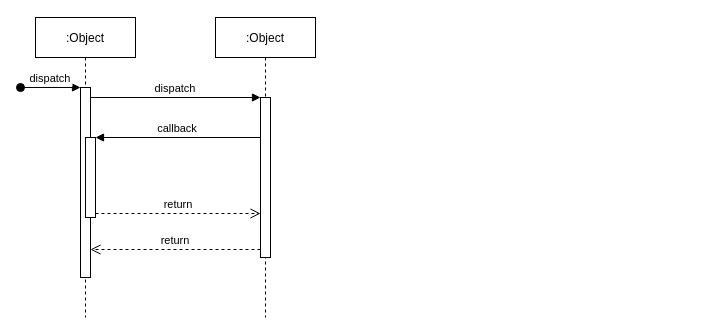
Earlier version of the draw.io diagram Untitled Diagram.drawio (huangchengbuhuang/demo). Source tidied: cells renumbered, new cells numbered last; positions are measured from the earlier drawing's top-left corner, leaving out a move shared by most shapes. Both pictures are drawn from the tidied source at 100%, with x=0, y=0 at pixel (20, 17).
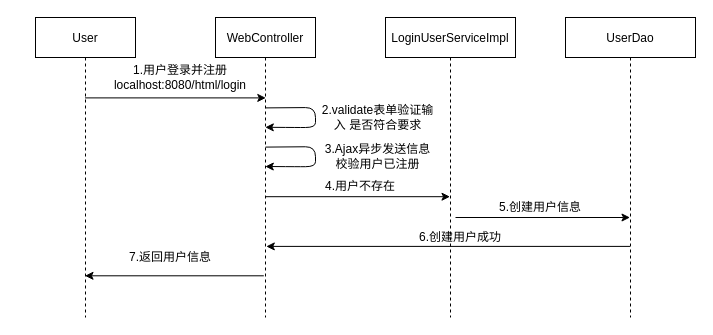
The same diagram, later.

The edit, as a diff of the source:
```diff
@@
-    <mxCell id="2" value=":Object" style="shape=umlLifeline;perimeter=lifelinePerimeter;rounded=0;shadow=0;strokeWidth=1;" parent="1" vertex="1">
+    <mxCell id="2" value="User" style="shape=umlLifeline;perimeter=lifelinePerimeter;rounded=0;shadow=0;strokeWidth=1;" parent="1" vertex="1">
       <mxGeometry x="15" width="100" height="300" as="geometry" />
     </mxCell>
-    <mxCell id="3" style="points=[];perimeter=orthogonalPerimeter;rounded=0;shadow=0;strokeWidth=1;" parent="2" vertex="1">
-      <mxGeometry x="45" y="70" width="10" height="190" as="geometry" />
-    </mxCell>
-    <mxCell id="4" value="dispatch" style="verticalAlign=bottom;startArrow=oval;endArrow=block;startSize=8;shadow=0;strokeWidth=1;" parent="2" edge="1" target="3">
-      <mxGeometry relative="1" as="geometry">
-        <mxPoint x="-15" y="70" as="sourcePoint" />
-      </mxGeometry>
-    </mxCell>
-    <mxCell id="5" style="points=[];perimeter=orthogonalPerimeter;rounded=0;shadow=0;strokeWidth=1;" parent="2" vertex="1">
-      <mxGeometry x="50" y="120" width="10" height="80" as="geometry" />
-    </mxCell>
-    <mxCell id="6" value=":Object" style="shape=umlLifeline;perimeter=lifelinePerimeter;rounded=0;shadow=0;strokeWidth=1;" parent="1" vertex="1">
+    <mxCell id="6" value="WebController" style="shape=umlLifeline;perimeter=lifelinePerimeter;rounded=0;shadow=0;strokeWidth=1;" parent="1" vertex="1">
       <mxGeometry x="195" width="100" height="300" as="geometry" />
     </mxCell>
-    <mxCell id="7" style="points=[];perimeter=orthogonalPerimeter;rounded=0;shadow=0;strokeWidth=1;" parent="6" vertex="1">
-      <mxGeometry x="45" y="80" width="10" height="160" as="geometry" />
-    </mxCell>
-    <mxCell id="8" value="return" style="verticalAlign=bottom;endArrow=open;dashed=1;endSize=8;exitX=0;exitY=0.95;shadow=0;strokeWidth=1;" parent="1" edge="1" source="7" target="3">
-      <mxGeometry relative="1" as="geometry" />
-    </mxCell>
-    <mxCell id="9" value="dispatch" style="verticalAlign=bottom;endArrow=block;entryX=0;entryY=0;shadow=0;strokeWidth=1;" parent="1" edge="1" source="3" target="7">
-      <mxGeometry relative="1" as="geometry" />
-    </mxCell>
-    <mxCell id="10" value="callback" style="verticalAlign=bottom;endArrow=block;entryX=1;entryY=0;shadow=0;strokeWidth=1;" parent="1" edge="1" source="7" target="5">
-      <mxGeometry relative="1" as="geometry" />
-    </mxCell>
-    <mxCell id="11" value="return" style="verticalAlign=bottom;endArrow=open;dashed=1;endSize=8;exitX=1;exitY=0.95;shadow=0;strokeWidth=1;" parent="1" edge="1" source="5" target="7">
-      <mxGeometry relative="1" as="geometry" />
-    </mxCell>
+    <mxCell id="12" value="LoginUserServiceImpl" style="shape=umlLifeline;perimeter=lifelinePerimeter;rounded=0;shadow=0;strokeWidth=1;" parent="1" vertex="1">
+      <mxGeometry x="365" width="130" height="300" as="geometry" />
+    </mxCell>
+    <mxCell id="13" style="endArrow=classic;html=1;" parent="12" edge="1" target="14">
+      <mxGeometry relative="1" as="geometry">
+        <mxPoint x="70" y="200" as="sourcePoint" />
+      </mxGeometry>
+    </mxCell>
+    <mxCell id="14" value="UserDao" style="shape=umlLifeline;perimeter=lifelinePerimeter;rounded=0;shadow=0;strokeWidth=1;" parent="1" vertex="1">
+      <mxGeometry x="545" width="130" height="300" as="geometry" />
+    </mxCell>
+    <mxCell id="15" style="endArrow=classic;html=1;entryX=0.503;entryY=0.268;entryDx=0;entryDy=0;entryPerimeter=0;" parent="1" edge="1" source="2" target="6">
+      <mxGeometry relative="1" as="geometry" />
+    </mxCell>
+    <mxCell id="16" style="endArrow=classic;html=1;" parent="1" edge="1">
+      <mxGeometry relative="1" as="geometry">
+        <mxPoint x="244.7" y="179.2" as="sourcePoint" />
+        <mxPoint x="429.5" y="179.2" as="targetPoint" />
+      </mxGeometry>
+    </mxCell>
+    <mxCell id="17" value="&lt;div&gt;1.用户登录并注册&lt;/div&gt;&lt;div&gt;localhost:8080/html/login&lt;br&gt;&lt;/div&gt;" style="text;html=1;strokeColor=none;fillColor=none;align=center;verticalAlign=middle;whiteSpace=wrap;rounded=0;" parent="1" vertex="1">
+      <mxGeometry x="85" y="50" width="150" height="20" as="geometry" />
+    </mxCell>
+    <mxCell id="18" value="3.Ajax异步发送信息校验用户已注册" style="text;html=1;strokeColor=none;fillColor=none;align=center;verticalAlign=middle;whiteSpace=wrap;rounded=0;" parent="1" vertex="1">
+      <mxGeometry x="300" y="129.2" width="115" height="20" as="geometry" />
+    </mxCell>
+    <mxCell id="19" value="4.用户不存在" style="text;html=1;strokeColor=none;fillColor=none;align=center;verticalAlign=middle;whiteSpace=wrap;rounded=0;" parent="1" vertex="1">
+      <mxGeometry x="285" y="159.2" width="110" height="20" as="geometry" />
+    </mxCell>
+    <mxCell id="20" value="5.创建用户信息" style="text;html=1;strokeColor=none;fillColor=none;align=center;verticalAlign=middle;whiteSpace=wrap;rounded=0;" parent="1" vertex="1">
+      <mxGeometry x="465" y="180" width="110" height="20" as="geometry" />
+    </mxCell>
+    <mxCell id="21" style="endArrow=classic;html=1;entryX=0.508;entryY=0.763;entryDx=0;entryDy=0;entryPerimeter=0;" parent="1" edge="1" source="14" target="6">
+      <mxGeometry relative="1" as="geometry" />
+    </mxCell>
+    <mxCell id="22" value="6.创建用户成功" style="text;html=1;strokeColor=none;fillColor=none;align=center;verticalAlign=middle;whiteSpace=wrap;rounded=0;" parent="1" vertex="1">
+      <mxGeometry x="395" y="210" width="90" height="20" as="geometry" />
+    </mxCell>
+    <mxCell id="23" style="endArrow=classic;html=1;exitX=0.483;exitY=0.861;exitDx=0;exitDy=0;exitPerimeter=0;" parent="1" edge="1" source="6" target="2">
+      <mxGeometry relative="1" as="geometry" />
+    </mxCell>
+    <mxCell id="24" value="7.返回用户信息" style="text;html=1;strokeColor=none;fillColor=none;align=center;verticalAlign=middle;whiteSpace=wrap;rounded=0;" parent="1" vertex="1">
+      <mxGeometry x="105" y="230" width="90" height="20" as="geometry" />
+    </mxCell>
+    <mxCell id="25" style="endArrow=classic;html=1;entryX=0.498;entryY=0.366;entryDx=0;entryDy=0;entryPerimeter=0;" parent="1" edge="1" target="6">
+      <mxGeometry relative="1" as="geometry">
+        <mxPoint x="245" y="90.4" as="sourcePoint" />
+        <Array as="points">
+          <mxPoint x="295" y="90" />
+          <mxPoint x="295" y="110" />
+          <mxPoint x="275" y="110" />
+        </Array>
+      </mxGeometry>
+    </mxCell>
+    <mxCell id="26" value="2.validate表单验证输入 是否符合要求" style="text;html=1;strokeColor=none;fillColor=none;align=center;verticalAlign=middle;whiteSpace=wrap;rounded=0;" parent="1" vertex="1">
+      <mxGeometry x="300" y="90" width="115" height="20" as="geometry" />
+    </mxCell>
+    <mxCell id="27" style="endArrow=classic;html=1;entryX=0.498;entryY=0.366;entryDx=0;entryDy=0;entryPerimeter=0;" parent="1" edge="1">
+      <mxGeometry relative="1" as="geometry">
+        <mxPoint x="245" y="129.6" as="sourcePoint" />
+        <mxPoint x="244.8" y="149" as="targetPoint" />
+        <Array as="points">
+          <mxPoint x="295" y="129.2" />
+          <mxPoint x="295" y="149.2" />
+          <mxPoint x="275" y="149.2" />
+        </Array>
+      </mxGeometry>
+    </mxCell>
```
